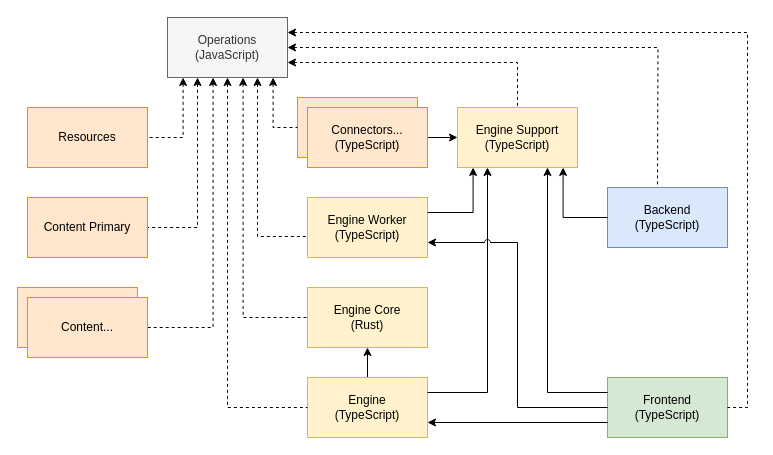
Before: public/diagrams/Untitled Diagram.drawio in data-positioning/datapos-resources, a draw.io diagram. Source tidied: cells renumbered, new cells numbered last; positions are measured from the earlier drawing's top-left corner, leaving out a move shared by most shapes. Both pictures are drawn from the tidied source at 100%, with x=0, y=0 at pixel (17, 17).
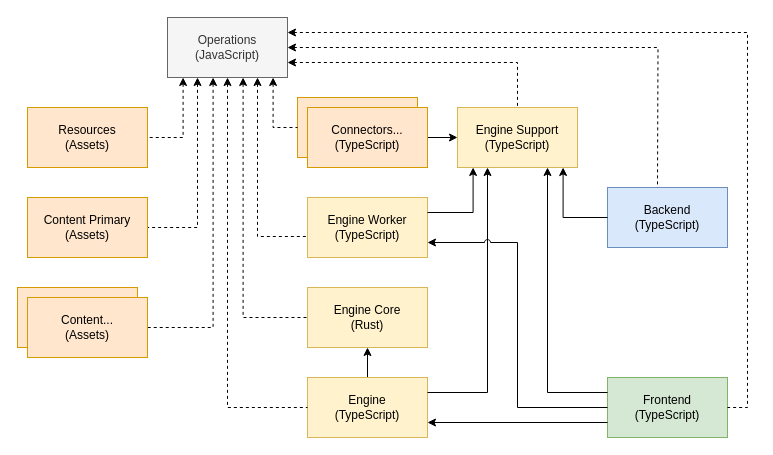
The same page after the edit.

What changed in the source:
```diff
@@
-    <mxCell id="3" value="Resources" style="rounded=0;whiteSpace=wrap;html=1;fillColor=#ffe6cc;strokeColor=#d79b00;" parent="1" vertex="1">
+    <mxCell id="3" value="Resources&lt;br&gt;(Assets)" style="rounded=0;whiteSpace=wrap;html=1;fillColor=#ffe6cc;strokeColor=#d79b00;" parent="1" vertex="1">
       <mxGeometry x="10" y="90" width="120" height="60" as="geometry" />
     </mxCell>
@@
-    <mxCell id="30" value="Content Primary" style="rounded=0;whiteSpace=wrap;html=1;fillColor=#ffe6cc;strokeColor=#d79b00;" parent="1" vertex="1">
+    <mxCell id="30" value="Content Primary&lt;br style=&quot;border-color: var(--border-color);&quot;&gt;(Assets)" style="rounded=0;whiteSpace=wrap;html=1;fillColor=#ffe6cc;strokeColor=#d79b00;" parent="1" vertex="1">
       <mxGeometry x="10" y="180" width="120" height="60" as="geometry" />
     </mxCell>
@@
-    <mxCell id="32" value="Content..." style="rounded=0;whiteSpace=wrap;html=1;fillColor=#ffe6cc;strokeColor=#d79b00;" parent="1" vertex="1">
+    <mxCell id="32" value="Content...&lt;br style=&quot;border-color: var(--border-color);&quot;&gt;(Assets)" style="rounded=0;whiteSpace=wrap;html=1;fillColor=#ffe6cc;strokeColor=#d79b00;" parent="1" vertex="1">
       <mxGeometry x="10" y="280" width="120" height="60" as="geometry" />
     </mxCell>
```
